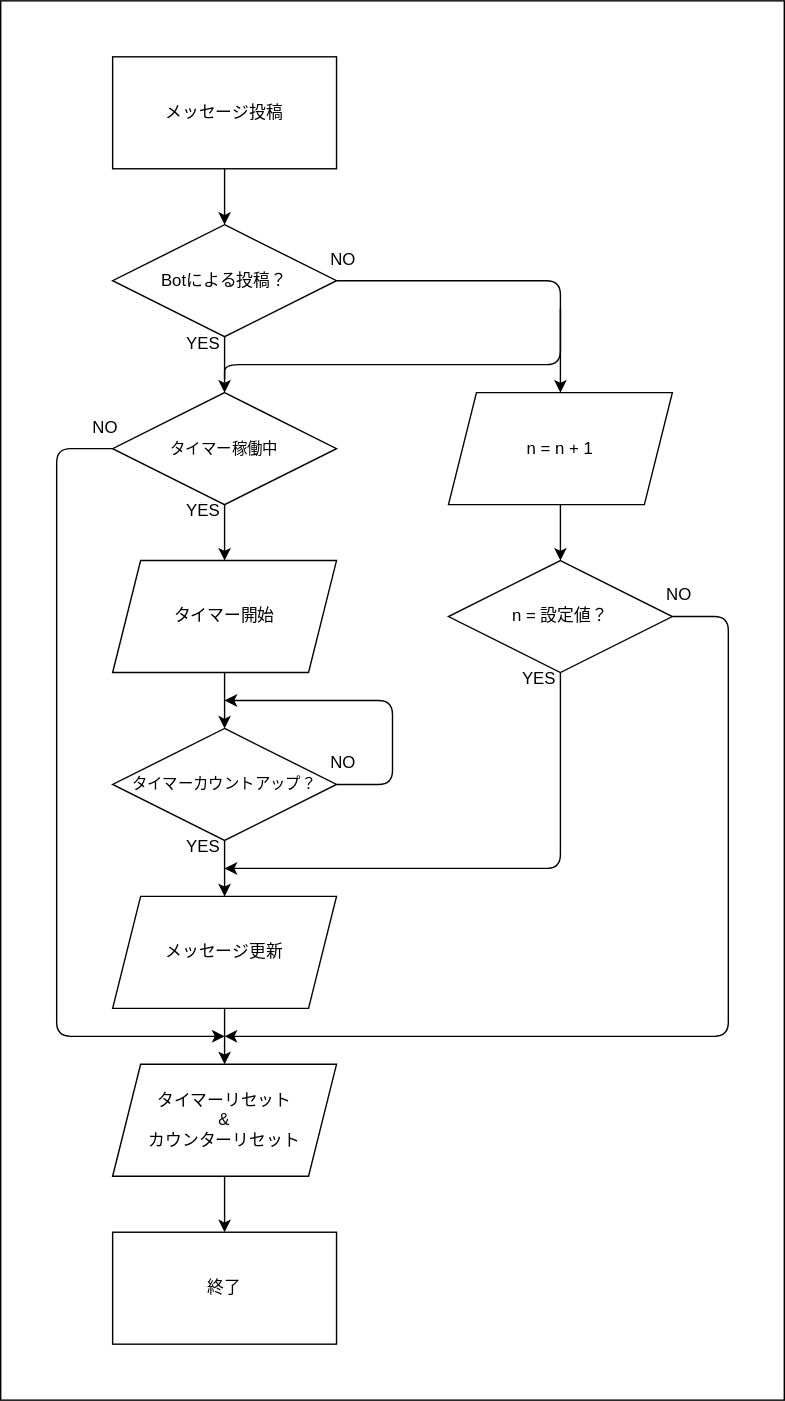
Above: build_docs/cultivate/drawio/sticky_timer_and_counter.drawio.svg in hashimotok-ecsv/hashimotok.docs (draw.io), before the change. Source tidied: cells renumbered, new cells last; positions are measured from the earlier drawing's top-left corner, leaving out a move shared by most shapes.
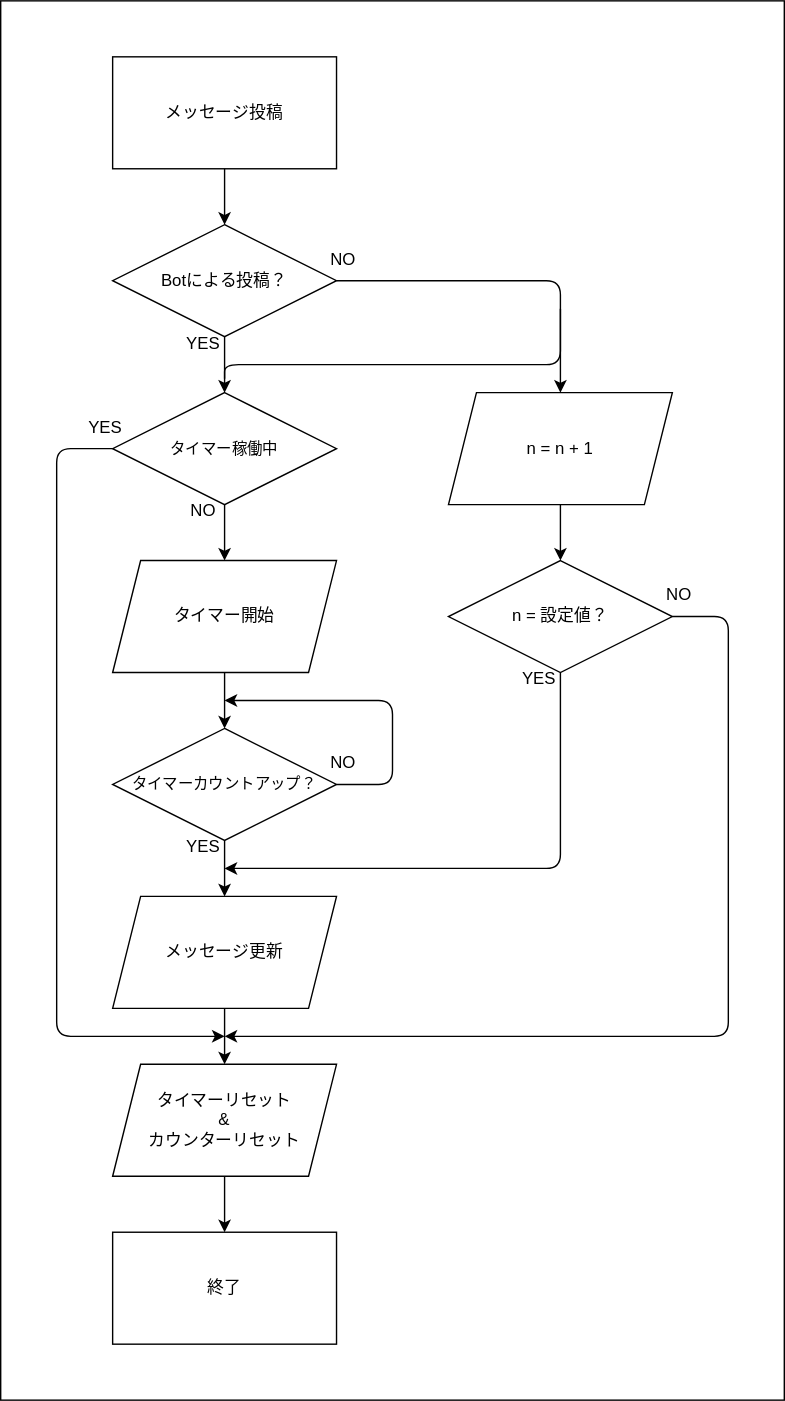
After the change.

Commit message:
Sync: Updated documentation from hashimotok-ecsv/Cultivate (commit 72af46526b191a7549752fc541e91222b249d721)

What changed in the source:
```diff
@@ -97,7 +97,7 @@
         </Array>
       </mxGeometry>
     </mxCell>
-    <mxCell id="25" value="NO" style="text;html=1;align=center;verticalAlign=middle;whiteSpace=wrap;rounded=0;" parent="1" vertex="1">
+    <mxCell id="25" value="YES" style="text;html=1;align=center;verticalAlign=middle;whiteSpace=wrap;rounded=0;" parent="1" vertex="1">
       <mxGeometry x="60" y="300" width="30" height="10" as="geometry" />
     </mxCell>
     <mxCell id="26" style="endArrow=classic;html=1;exitX=0.5;exitY=1;exitDx=0;exitDy=0;" parent="1" edge="1" source="21">
@@ -120,7 +120,7 @@
         </Array>
       </mxGeometry>
     </mxCell>
-    <mxCell id="29" value="YES" style="text;html=1;align=center;verticalAlign=middle;whiteSpace=wrap;rounded=0;" parent="1" vertex="1">
+    <mxCell id="29" value="NO" style="text;html=1;align=center;verticalAlign=middle;whiteSpace=wrap;rounded=0;" parent="1" vertex="1">
       <mxGeometry x="130" y="350" width="30" height="30" as="geometry" />
     </mxCell>
     <mxCell id="30" value="YES" style="text;html=1;align=center;verticalAlign=middle;whiteSpace=wrap;rounded=0;" parent="1" vertex="1">
```
